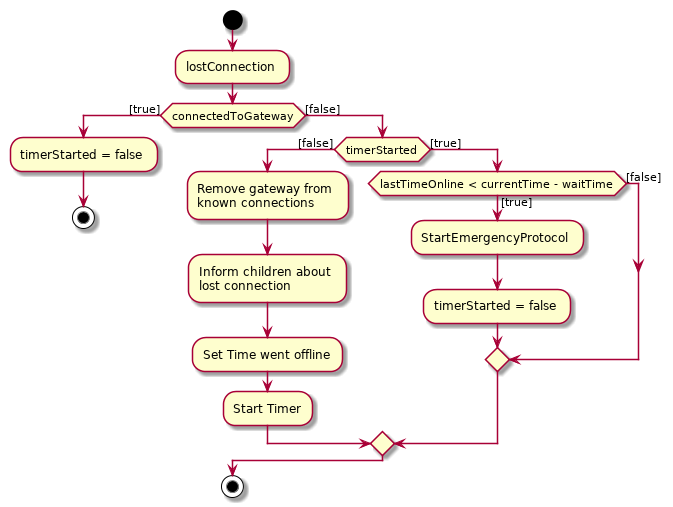
Before: Docs/DesignDocumenten/UML/out/Communication/activity/LostConnection/LostConnection.png, a diagram exported from PlantUML (mauriceberentsen/Automated-Drone-Distribution-Network). The source it was exported from:
```plantuml
@startuml


start

:lostConnection;
if (connectedToGateway) then ([true])
	:timerStarted = false;
    stop
else ([false])
	if(timerStarted) then ([false])
    	:Remove gateway from \nknown connections;
       	:Inform children about \nlost connection;
		:Set Time went offline;
        :Start Timer;
    else ([true])
		if (lastTimeOnline < currentTime - waitTime) then ([true])
        	:StartEmergencyProtocol;
			:timerStarted = false;
            else ([false])
        endif
    endif
endif
stop
@enduml
```
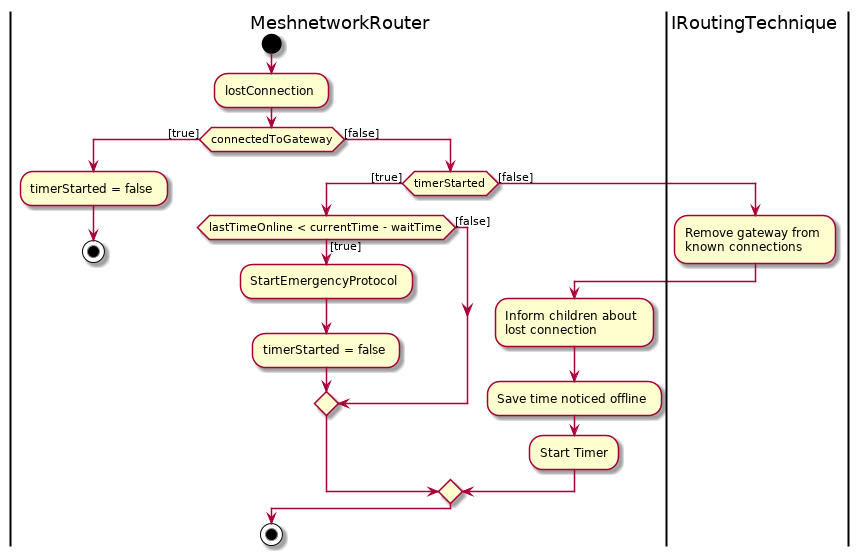
After the change.

The edit, as a diff of the source:
```diff
@@ -1,5 +1,5 @@
 @startuml
-
+|MeshnetworkRouter|
 
 start
 
@@ -8,17 +8,19 @@
 	:timerStarted = false;
     stop
 else ([false])
-	if(timerStarted) then ([false])
-    	:Remove gateway from \nknown connections;
+	if(timerStarted) then ([true])
+		if (lastTimeOnline < currentTime - waitTime) then ([true])
+			:StartEmergencyProtocol;
+			:timerStarted = false;
+			else ([false])
+		endif
+    else ([false])
+    	|IRoutingTechnique|
+		:Remove gateway from \nknown connections;
+		|MeshnetworkRouter|
        	:Inform children about \nlost connection;
-		:Set Time went offline;
+		:Save time noticed offline;
         :Start Timer;
-    else ([true])
-		if (lastTimeOnline < currentTime - waitTime) then ([true])
-        	:StartEmergencyProtocol;
-			:timerStarted = false;
-            else ([false])
-        endif
     endif
 endif
 stop
```
